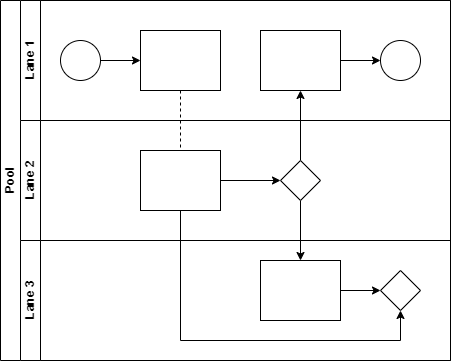
JeysonG/decameron keeps this draw.io diagram as UML/Untitled Diagram.drawio.png. Above is the earlier version. Source tidied: cells renumbered, new cells last; positions are measured from the earlier drawing's top-left corner, leaving out a move shared by most shapes.
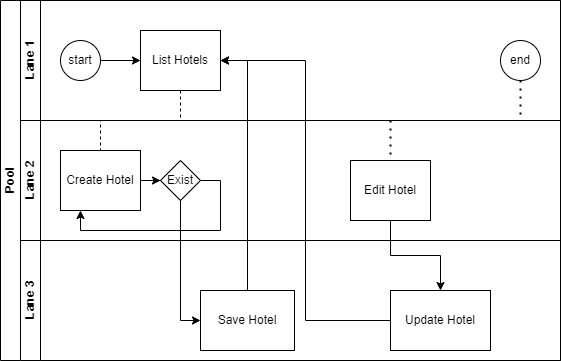
The same diagram one commit later.

Change to the diagram source:
```diff
@@ -3,69 +3,77 @@
     <mxCell id="0" />
     <mxCell id="1" parent="0" />
     <mxCell id="2" value="Pool" style="swimlane;html=1;horizontal=0;startSize=20;" parent="1" vertex="1">
-      <mxGeometry width="450" height="360" as="geometry" />
+      <mxGeometry width="560" height="360" as="geometry" />
     </mxCell>
     <mxCell id="3" style="edgeStyle=orthogonalEdgeStyle;rounded=0;jettySize=auto;html=1;dashed=1;endArrow=none;endFill=0;" parent="2" edge="1" source="10" target="16">
       <mxGeometry relative="1" as="geometry" />
     </mxCell>
-    <mxCell id="4" style="edgeStyle=orthogonalEdgeStyle;rounded=0;jettySize=auto;html=1;endArrow=classic;endFill=1;" parent="2" edge="1" source="17" target="12">
-      <mxGeometry relative="1" as="geometry" />
-    </mxCell>
-    <mxCell id="5" style="edgeStyle=orthogonalEdgeStyle;rounded=0;jettySize=auto;html=1;endArrow=classic;endFill=1;" parent="2" edge="1" source="17" target="20">
+    <mxCell id="5" style="edgeStyle=orthogonalEdgeStyle;rounded=0;jettySize=auto;html=1;endArrow=classic;endFill=1;entryX=0;entryY=0.5;entryDx=0;entryDy=0;" parent="2" edge="1" source="17" target="20">
       <mxGeometry relative="1" as="geometry" />
     </mxCell>
-    <mxCell id="6" style="edgeStyle=orthogonalEdgeStyle;rounded=0;jettySize=auto;html=1;endArrow=classic;endFill=1;" parent="2" edge="1" source="16" target="21">
-      <mxGeometry relative="1" as="geometry">
-        <Array as="points">
-          <mxPoint x="180" y="340" />
-          <mxPoint x="400" y="340" />
-        </Array>
-      </mxGeometry>
-    </mxCell>
     <mxCell id="7" value="Lane 1" style="swimlane;html=1;startSize=20;horizontal=0;" parent="2" vertex="1">
-      <mxGeometry x="20" width="430" height="120" as="geometry" />
+      <mxGeometry x="20" width="540" height="120" as="geometry" />
     </mxCell>
     <mxCell id="8" style="edgeStyle=orthogonalEdgeStyle;rounded=0;jettySize=auto;html=1;" parent="7" edge="1" source="9" target="10">
       <mxGeometry relative="1" as="geometry" />
     </mxCell>
-    <mxCell id="9" style="ellipse;whiteSpace=wrap;html=1;" parent="7" vertex="1">
+    <mxCell id="9" value="start" style="ellipse;whiteSpace=wrap;html=1;" parent="7" vertex="1">
       <mxGeometry x="40" y="40" width="40" height="40" as="geometry" />
     </mxCell>
-    <mxCell id="10" style="rounded=0;whiteSpace=wrap;html=1;fontFamily=Helvetica;fontSize=12;fontColor=#000000;align=center;" parent="7" vertex="1">
+    <mxCell id="10" value="List Hotels" style="rounded=0;whiteSpace=wrap;html=1;fontFamily=Helvetica;fontSize=12;fontColor=#000000;align=center;" parent="7" vertex="1">
       <mxGeometry x="120" y="30" width="80" height="60" as="geometry" />
     </mxCell>
-    <mxCell id="11" style="edgeStyle=orthogonalEdgeStyle;rounded=0;jettySize=auto;html=1;endArrow=classic;endFill=1;" parent="7" edge="1" source="12" target="13">
-      <mxGeometry relative="1" as="geometry" />
-    </mxCell>
-    <mxCell id="12" style="rounded=0;whiteSpace=wrap;html=1;fontFamily=Helvetica;fontSize=12;fontColor=#000000;align=center;" parent="7" vertex="1">
-      <mxGeometry x="240" y="30" width="80" height="60" as="geometry" />
-    </mxCell>
-    <mxCell id="13" style="ellipse;whiteSpace=wrap;html=1;" parent="7" vertex="1">
-      <mxGeometry x="360" y="40" width="40" height="40" as="geometry" />
+    <mxCell id="13" value="end" style="ellipse;whiteSpace=wrap;html=1;" parent="7" vertex="1">
+      <mxGeometry x="480" y="40" width="40" height="40" as="geometry" />
     </mxCell>
     <mxCell id="14" value="Lane 2" style="swimlane;html=1;startSize=20;horizontal=0;" parent="2" vertex="1">
-      <mxGeometry x="20" y="120" width="430" height="120" as="geometry" />
+      <mxGeometry x="20" y="120" width="540" height="120" as="geometry" />
     </mxCell>
     <mxCell id="15" style="edgeStyle=orthogonalEdgeStyle;rounded=0;jettySize=auto;html=1;endArrow=classic;endFill=1;" parent="14" edge="1" source="16" target="17">
       <mxGeometry relative="1" as="geometry" />
     </mxCell>
-    <mxCell id="16" style="rounded=0;whiteSpace=wrap;html=1;fontFamily=Helvetica;fontSize=12;fontColor=#000000;align=center;" parent="14" vertex="1">
-      <mxGeometry x="120" y="30" width="80" height="60" as="geometry" />
+    <mxCell id="16" value="Create Hotel" style="rounded=0;whiteSpace=wrap;html=1;fontFamily=Helvetica;fontSize=12;fontColor=#000000;align=center;" parent="14" vertex="1">
+      <mxGeometry x="40" y="30" width="80" height="60" as="geometry" />
     </mxCell>
-    <mxCell id="17" style="rhombus;whiteSpace=wrap;html=1;fontFamily=Helvetica;fontSize=12;fontColor=#000000;align=center;" parent="14" vertex="1">
-      <mxGeometry x="260" y="40" width="40" height="40" as="geometry" />
+    <mxCell id="17" value="Exist" style="rhombus;whiteSpace=wrap;html=1;fontFamily=Helvetica;fontSize=12;fontColor=#000000;align=center;" parent="14" vertex="1">
+      <mxGeometry x="140" y="40" width="40" height="40" as="geometry" />
     </mxCell>
+    <mxCell id="22" value="Edit Hotel" style="rounded=0;whiteSpace=wrap;html=1;fontFamily=Helvetica;fontSize=12;fontColor=#000000;align=center;" parent="14" vertex="1">
+      <mxGeometry x="330" y="40" width="80" height="60" as="geometry" />
+    </mxCell>
+    <mxCell id="23" style="edgeStyle=orthogonalEdgeStyle;rounded=0;jettySize=auto;html=1;exitX=1;exitY=0.5;exitDx=0;exitDy=0;entryX=0.25;entryY=1;entryDx=0;entryDy=0;" parent="14" edge="1" source="17" target="16">
+      <mxGeometry relative="1" as="geometry" />
+    </mxCell>
     <mxCell id="18" value="Lane 3" style="swimlane;html=1;startSize=20;horizontal=0;" parent="2" vertex="1">
-      <mxGeometry x="20" y="240" width="430" height="120" as="geometry" />
+      <mxGeometry x="20" y="240" width="540" height="120" as="geometry" />
     </mxCell>
-    <mxCell id="19" style="edgeStyle=orthogonalEdgeStyle;rounded=0;jettySize=auto;html=1;endArrow=classic;endFill=1;" parent="18" edge="1" source="20" target="21">
-      <mxGeometry relative="1" as="geometry" />
-    </mxCell>
-    <mxCell id="20" style="rounded=0;whiteSpace=wrap;html=1;fontFamily=Helvetica;fontSize=12;fontColor=#000000;align=center;" parent="18" vertex="1">
-      <mxGeometry x="240" y="20" width="80" height="60" as="geometry" />
+    <mxCell id="20" value="Save Hotel" style="rounded=0;whiteSpace=wrap;html=1;fontFamily=Helvetica;fontSize=12;fontColor=#000000;align=center;" parent="18" vertex="1">
+      <mxGeometry x="180" y="50" width="94" height="60" as="geometry" />
     </mxCell>
-    <mxCell id="21" style="rhombus;whiteSpace=wrap;html=1;fontFamily=Helvetica;fontSize=12;fontColor=#000000;align=center;" parent="18" vertex="1">
-      <mxGeometry x="360" y="30" width="40" height="40" as="geometry" />
-    </mxCell>
+    <mxCell id="24" value="Update Hotel" style="rounded=0;whiteSpace=wrap;html=1;fontFamily=Helvetica;fontSize=12;fontColor=#000000;align=center;" parent="18" vertex="1">
+      <mxGeometry x="370" y="50" width="100" height="60" as="geometry" />
+    </mxCell>
+    <mxCell id="25" style="edgeStyle=orthogonalEdgeStyle;rounded=0;jettySize=auto;html=1;entryX=1;entryY=0.5;entryDx=0;entryDy=0;" parent="2" edge="1" source="20" target="10">
+      <mxGeometry relative="1" as="geometry" />
+    </mxCell>
+    <mxCell id="26" style="edgeStyle=orthogonalEdgeStyle;rounded=0;jettySize=auto;html=1;entryX=1;entryY=0.5;entryDx=0;entryDy=0;" parent="2" edge="1" source="24" target="10">
+      <mxGeometry relative="1" as="geometry" />
+    </mxCell>
+    <mxCell id="27" style="edgeStyle=orthogonalEdgeStyle;rounded=0;jettySize=auto;html=1;entryX=0.5;entryY=0;entryDx=0;entryDy=0;" parent="2" edge="1" source="22" target="24">
+      <mxGeometry relative="1" as="geometry" />
+    </mxCell>
+    <mxCell id="28" style="endArrow=none;dashed=1;html=1;dashPattern=1 3;strokeWidth=2;rounded=0;entryX=0.5;entryY=0;entryDx=0;entryDy=0;" parent="1" edge="1" target="22">
+      <mxGeometry relative="1" as="geometry">
+        <mxPoint x="390" y="120" as="sourcePoint" />
+      </mxGeometry>
+    </mxCell>
+    <mxCell id="29" style="endArrow=none;dashed=1;html=1;dashPattern=1 3;strokeWidth=2;rounded=0;exitX=0.5;exitY=1;exitDx=0;exitDy=0;" parent="1" edge="1" source="13">
+      <mxGeometry relative="1" as="geometry">
+        <mxPoint x="520" y="120" as="targetPoint" />
+        <Array as="points">
+          <mxPoint x="520" y="120" />
+        </Array>
+      </mxGeometry>
+    </mxCell>
   </root>
 </mxGraphModel>
```
